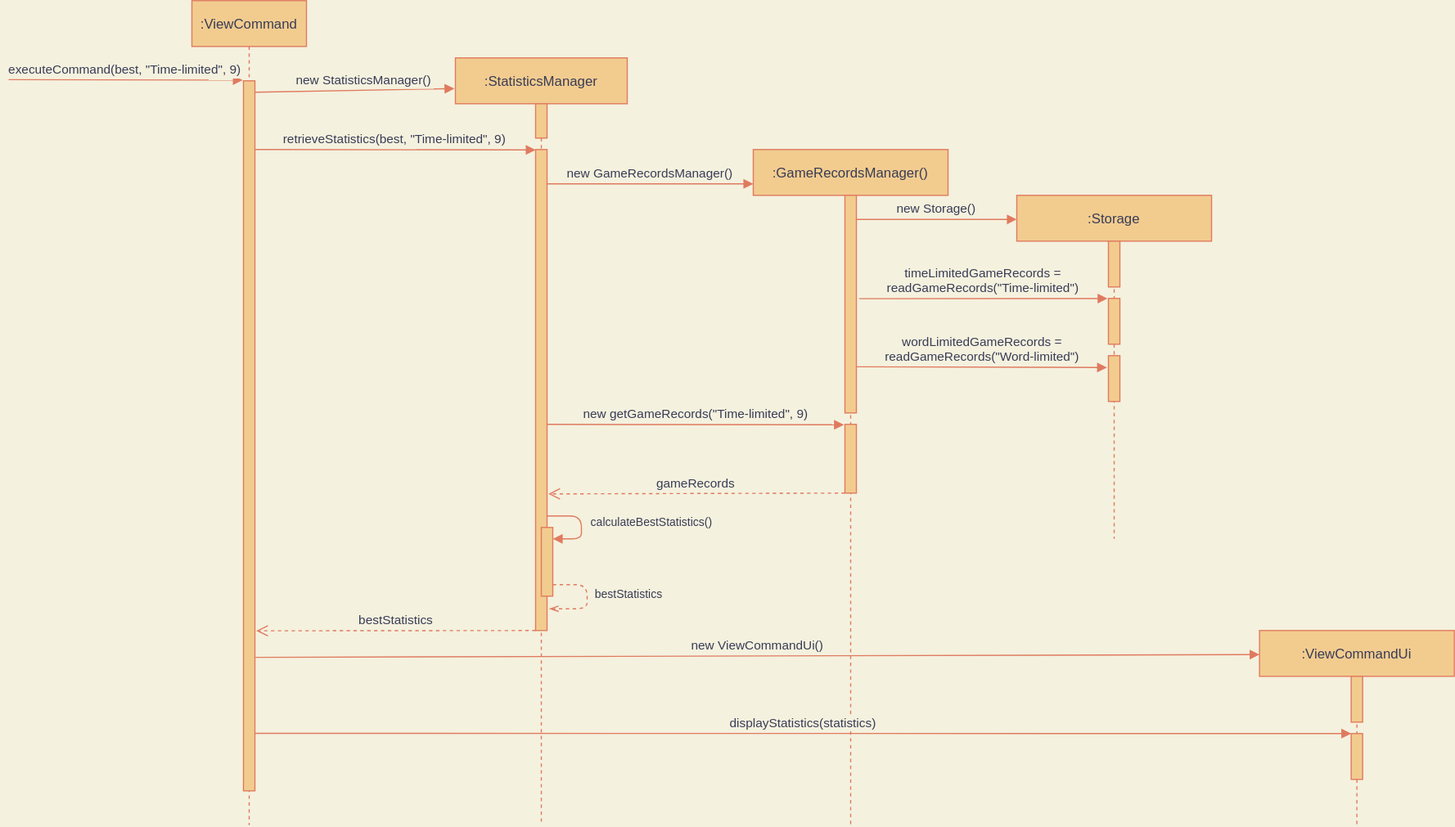
This is docs/uml/ViewStatistics-5.drawio.svg from nus-cs2113-AY2122S1/tp, a draw.io export, as it was before one commit. Source tidied: cells renumbered, new cells last; positions are measured from the earlier drawing's top-left corner, leaving out a move shared by most shapes.
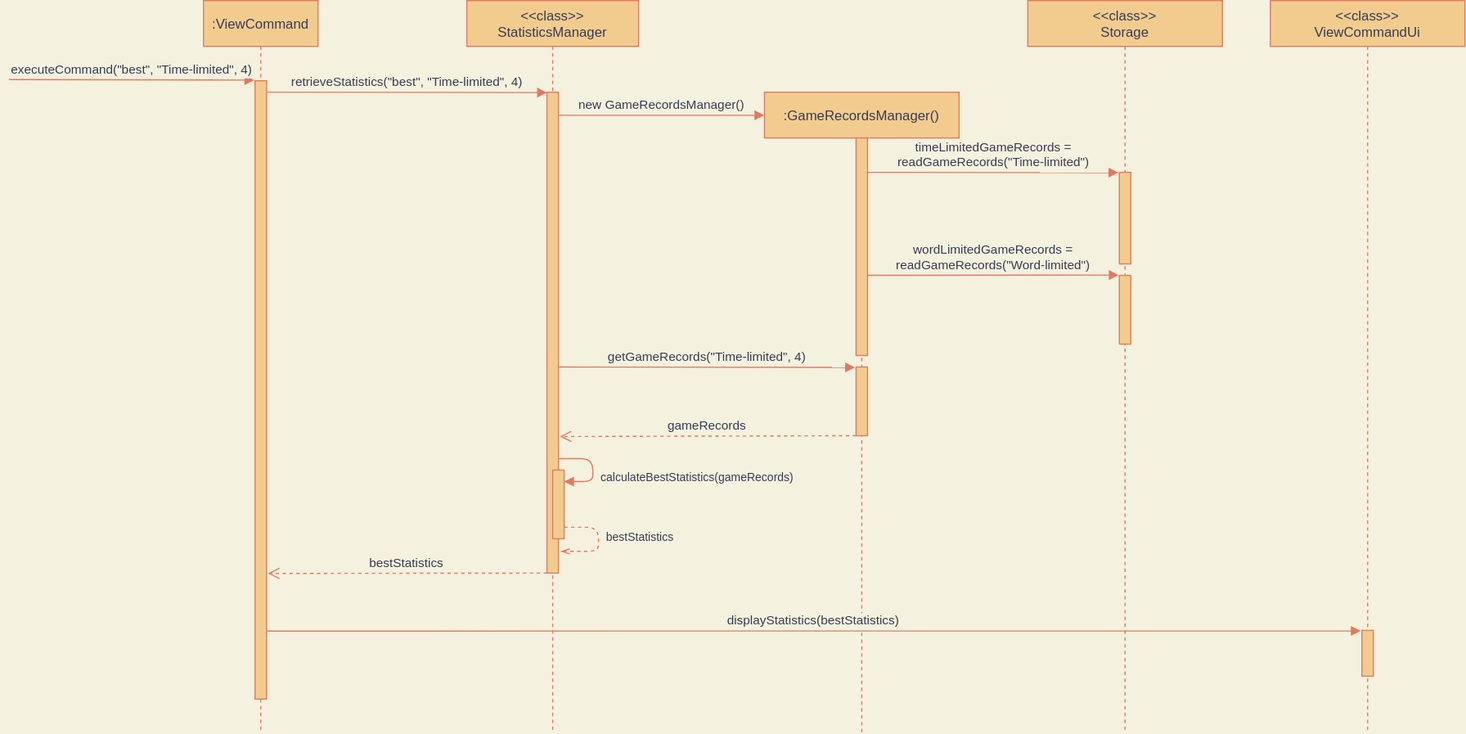
After the commit.

Commit message:
Correct developer guide uml images for view statistics feature

What changed in the source:
```diff
@@ -3,21 +3,18 @@
     <mxCell id="0" />
     <mxCell id="1" parent="0" />
     <mxCell id="2" value=":ViewCommand" style="shape=umlLifeline;perimeter=lifelinePerimeter;rounded=0;shadow=0;strokeWidth=1;fillColor=#F2CC8F;strokeColor=#E07A5F;fontColor=#393C56;" parent="1" vertex="1">
-      <mxGeometry x="160" width="100" height="720" as="geometry" />
+      <mxGeometry x="160" width="100" height="640" as="geometry" />
     </mxCell>
     <mxCell id="3" style="points=[];perimeter=orthogonalPerimeter;rounded=0;shadow=0;strokeWidth=1;fillColor=#F2CC8F;strokeColor=#E07A5F;fontColor=#393C56;" parent="2" vertex="1">
-      <mxGeometry x="45" y="70" width="10" height="620" as="geometry" />
+      <mxGeometry x="45" y="70" width="10" height="540" as="geometry" />
     </mxCell>
-    <mxCell id="4" value=":StatisticsManager" style="shape=umlLifeline;perimeter=lifelinePerimeter;rounded=0;shadow=0;strokeWidth=1;fillColor=#F2CC8F;strokeColor=#E07A5F;fontColor=#393C56;" parent="1" vertex="1">
-      <mxGeometry x="390" y="50" width="150" height="670" as="geometry" />
+    <mxCell id="4" value="&lt;&lt;class&gt;&gt;&#10;StatisticsManager" style="shape=umlLifeline;perimeter=lifelinePerimeter;rounded=0;shadow=0;strokeWidth=1;fillColor=#F2CC8F;strokeColor=#E07A5F;fontColor=#393C56;" parent="1" vertex="1">
+      <mxGeometry x="390" width="150" height="640" as="geometry" />
     </mxCell>
-    <mxCell id="5" style="perimeter=orthogonalPerimeter;rounded=0;shadow=0;strokeWidth=1;fillColor=#F2CC8F;strokeColor=#E07A5F;fontColor=#393C56;" parent="4" vertex="1">
-      <mxGeometry x="70" y="40" width="10" height="30" as="geometry" />
-    </mxCell>
     <mxCell id="6" style="points=[];perimeter=orthogonalPerimeter;rounded=0;shadow=0;strokeWidth=1;fillColor=#F2CC8F;strokeColor=#E07A5F;fontColor=#393C56;" parent="4" vertex="1">
       <mxGeometry x="70" y="80" width="10" height="420" as="geometry" />
     </mxCell>
-    <mxCell id="7" value="retrieveStatistics(best, &quot;Time-limited&quot;, 9)" style="verticalAlign=bottom;endArrow=block;shadow=0;strokeWidth=1;labelBackgroundColor=#F4F1DE;strokeColor=#E07A5F;fontColor=#393C56;" parent="4" edge="1">
+    <mxCell id="7" value="retrieveStatistics(&quot;best&quot;, &quot;Time-limited&quot;, 4)" style="verticalAlign=bottom;endArrow=block;shadow=0;strokeWidth=1;labelBackgroundColor=#F4F1DE;strokeColor=#E07A5F;fontColor=#393C56;" parent="4" edge="1">
       <mxGeometry relative="1" as="geometry">
         <mxPoint x="-174.6" y="80" as="sourcePoint" />
         <mxPoint x="70" y="80.3" as="targetPoint" />
@@ -39,9 +36,9 @@
         </Array>
       </mxGeometry>
     </mxCell>
-    <mxCell id="11" value="&lt;font style=&quot;font-size: 10px&quot;&gt;calculateBestStatistics()&lt;/font&gt;" style="edgeLabel;html=1;align=center;verticalAlign=middle;fontSize=20;fontFamily=Helvetica;fontColor=#393C56;labelBackgroundColor=none;" parent="10" vertex="1">
+    <mxCell id="11" value="&lt;font&gt;&lt;span style=&quot;font-size: 10px&quot;&gt;calculateBestStatistics(&lt;/span&gt;&lt;span style=&quot;background-color: rgb(244 , 241 , 222)&quot;&gt;&lt;font style=&quot;font-size: 10px&quot;&gt;gameRecords&lt;/font&gt;&lt;/span&gt;&lt;span style=&quot;font-size: 10px&quot;&gt;)&lt;/span&gt;&lt;/font&gt;" style="edgeLabel;html=1;align=center;verticalAlign=middle;fontSize=20;fontFamily=Helvetica;fontColor=#393C56;labelBackgroundColor=none;" parent="10" vertex="1">
       <mxGeometry x="-0.03" y="1" relative="1" as="geometry">
-        <mxPoint x="59" y="-7" as="offset" />
+        <mxPoint x="89" y="3" as="offset" />
       </mxGeometry>
     </mxCell>
     <mxCell id="12" style="edgeStyle=orthogonalEdgeStyle;html=1;align=left;spacingLeft=2;endArrow=openThin;rounded=1;sketch=0;hachureGap=4;fontFamily=Helvetica;fontSize=10;fontColor=#393C56;startSize=6;endSize=6;sourcePerimeterSpacing=0;targetPerimeterSpacing=0;strokeColor=#E07A5F;fillColor=#F2CC8F;dashed=1;endFill=0;" parent="4" edge="1">
@@ -65,11 +62,8 @@
         <mxPoint x="-173.8" y="500.3" as="targetPoint" />
       </mxGeometry>
     </mxCell>
-    <mxCell id="15" value="new StatisticsManager()" style="verticalAlign=bottom;endArrow=block;entryX=-0.006;entryY=0.04;shadow=0;strokeWidth=1;labelBackgroundColor=#F4F1DE;strokeColor=#E07A5F;fontColor=#393C56;entryDx=0;entryDy=0;entryPerimeter=0;exitX=1.017;exitY=0.016;exitDx=0;exitDy=0;exitPerimeter=0;" parent="1" edge="1" source="3" target="4">
-      <mxGeometry x="0.09" relative="1" as="geometry" />
-    </mxCell>
     <mxCell id="16" value=":GameRecordsManager()" style="shape=umlLifeline;perimeter=lifelinePerimeter;rounded=0;shadow=0;strokeWidth=1;fillColor=#F2CC8F;strokeColor=#E07A5F;fontColor=#393C56;" parent="1" vertex="1">
-      <mxGeometry x="650" y="130" width="170" height="590" as="geometry" />
+      <mxGeometry x="650" y="80" width="170" height="560" as="geometry" />
     </mxCell>
     <mxCell id="17" style="points=[];perimeter=orthogonalPerimeter;rounded=0;shadow=0;strokeWidth=1;fillColor=#F2CC8F;strokeColor=#E07A5F;fontColor=#393C56;" parent="16" vertex="1">
       <mxGeometry x="80" y="40" width="10" height="190" as="geometry" />
@@ -82,66 +76,43 @@
         <mxPoint x="80" y="300" as="sourcePoint" />
       </mxGeometry>
     </mxCell>
-    <mxCell id="20" value="new GameRecordsManager()" style="verticalAlign=bottom;endArrow=block;shadow=0;strokeWidth=1;labelBackgroundColor=#F4F1DE;strokeColor=#E07A5F;fontColor=#393C56;" parent="1" edge="1">
-      <mxGeometry relative="1" as="geometry">
-        <mxPoint x="470" y="160" as="sourcePoint" />
-        <mxPoint x="650" y="160" as="targetPoint" />
-      </mxGeometry>
+    <mxCell id="20" value="new GameRecordsManager()" style="verticalAlign=bottom;endArrow=block;shadow=0;strokeWidth=1;labelBackgroundColor=#F4F1DE;strokeColor=#E07A5F;fontColor=#393C56;entryX=-0.001;entryY=0.036;entryDx=0;entryDy=0;entryPerimeter=0;exitX=1.033;exitY=0.048;exitDx=0;exitDy=0;exitPerimeter=0;" parent="1" edge="1" source="6" target="16">
+      <mxGeometry relative="1" as="geometry" />
     </mxCell>
-    <mxCell id="21" value=":Storage" style="shape=umlLifeline;perimeter=lifelinePerimeter;rounded=0;shadow=0;strokeWidth=1;fillColor=#F2CC8F;strokeColor=#E07A5F;fontColor=#393C56;" parent="1" vertex="1">
-      <mxGeometry x="880" y="170" width="170" height="300" as="geometry" />
+    <mxCell id="21" value="&lt;&lt;class&gt;&gt;&#10;Storage" style="shape=umlLifeline;perimeter=lifelinePerimeter;rounded=0;shadow=0;strokeWidth=1;fillColor=#F2CC8F;strokeColor=#E07A5F;fontColor=#393C56;" parent="1" vertex="1">
+      <mxGeometry x="880" width="170" height="640" as="geometry" />
     </mxCell>
-    <mxCell id="22" style="perimeter=orthogonalPerimeter;rounded=0;shadow=0;strokeWidth=1;fillColor=#F2CC8F;strokeColor=#E07A5F;fontColor=#393C56;" parent="21" vertex="1">
-      <mxGeometry x="80" y="40" width="10" height="40" as="geometry" />
-    </mxCell>
-    <mxCell id="23" value="new Storage()" style="verticalAlign=bottom;endArrow=block;shadow=0;strokeWidth=1;labelBackgroundColor=#F4F1DE;strokeColor=#E07A5F;fontColor=#393C56;" parent="21" edge="1">
-      <mxGeometry relative="1" as="geometry">
-        <mxPoint x="-140" y="21" as="sourcePoint" />
-        <mxPoint y="21" as="targetPoint" />
-      </mxGeometry>
-    </mxCell>
     <mxCell id="24" style="points=[];perimeter=orthogonalPerimeter;rounded=0;shadow=0;strokeWidth=1;fillColor=#F2CC8F;strokeColor=#E07A5F;fontColor=#393C56;" parent="21" vertex="1">
-      <mxGeometry x="80" y="90" width="10" height="40" as="geometry" />
+      <mxGeometry x="80" y="150" width="10" height="80" as="geometry" />
     </mxCell>
     <mxCell id="25" style="points=[];perimeter=orthogonalPerimeter;rounded=0;shadow=0;strokeWidth=1;fillColor=#F2CC8F;strokeColor=#E07A5F;fontColor=#393C56;" parent="21" vertex="1">
-      <mxGeometry x="80" y="140" width="10" height="40" as="geometry" />
+      <mxGeometry x="80" y="240" width="10" height="60" as="geometry" />
     </mxCell>
-    <mxCell id="26" value="timeLimitedGameRecords = &#10;readGameRecords(&quot;Time-limited&quot;)" style="verticalAlign=bottom;endArrow=block;shadow=0;strokeWidth=1;labelBackgroundColor=#F4F1DE;strokeColor=#E07A5F;fontColor=#393C56;exitX=1.24;exitY=0.475;exitDx=0;exitDy=0;exitPerimeter=0;entryX=-0.084;entryY=0.003;entryDx=0;entryDy=0;entryPerimeter=0;" parent="1" edge="1" source="17" target="24">
+    <mxCell id="26" value="timeLimitedGameRecords = &#10;readGameRecords(&quot;Time-limited&quot;)" style="verticalAlign=bottom;endArrow=block;shadow=0;strokeWidth=1;labelBackgroundColor=#F4F1DE;strokeColor=#E07A5F;fontColor=#393C56;exitX=1.026;exitY=0.158;exitDx=0;exitDy=0;exitPerimeter=0;entryX=-0.084;entryY=0.003;entryDx=0;entryDy=0;entryPerimeter=0;" parent="1" edge="1" source="17" target="24">
       <mxGeometry relative="1" as="geometry" />
     </mxCell>
-    <mxCell id="27" value="wordLimitedGameRecords = &#10;readGameRecords(&quot;Word-limited&quot;)" style="verticalAlign=bottom;endArrow=block;shadow=0;strokeWidth=1;labelBackgroundColor=#F4F1DE;strokeColor=#E07A5F;fontColor=#393C56;exitX=1.045;exitY=0.426;exitDx=0;exitDy=0;exitPerimeter=0;entryX=-0.084;entryY=0.003;entryDx=0;entryDy=0;entryPerimeter=0;" parent="1" edge="1">
+    <mxCell id="27" value="wordLimitedGameRecords = &#10;readGameRecords(&quot;Word-limited&quot;)" style="verticalAlign=bottom;endArrow=block;shadow=0;strokeWidth=1;labelBackgroundColor=#F4F1DE;strokeColor=#E07A5F;fontColor=#393C56;entryX=-0.058;entryY=-0.005;entryDx=0;entryDy=0;entryPerimeter=0;" parent="1" edge="1" target="25">
       <mxGeometry relative="1" as="geometry">
-        <mxPoint x="740" y="319.7" as="sourcePoint" />
-        <mxPoint x="958.7" y="320.3" as="targetPoint" />
+        <mxPoint x="740" y="240" as="sourcePoint" />
       </mxGeometry>
     </mxCell>
-    <mxCell id="28" value="new getGameRecords(&quot;Time-limited&quot;, 9)" style="verticalAlign=bottom;endArrow=block;shadow=0;strokeWidth=1;labelBackgroundColor=#F4F1DE;strokeColor=#E07A5F;fontColor=#393C56;entryX=-0.09;entryY=0.006;entryDx=0;entryDy=0;entryPerimeter=0;" parent="1" edge="1" target="18">
+    <mxCell id="28" value="getGameRecords(&quot;Time-limited&quot;, 4)" style="verticalAlign=bottom;endArrow=block;shadow=0;strokeWidth=1;labelBackgroundColor=#F4F1DE;strokeColor=#E07A5F;fontColor=#393C56;entryX=-0.09;entryY=0.006;entryDx=0;entryDy=0;entryPerimeter=0;" parent="1" edge="1" target="18">
       <mxGeometry relative="1" as="geometry">
-        <mxPoint x="470" y="370" as="sourcePoint" />
+        <mxPoint x="470" y="320" as="sourcePoint" />
       </mxGeometry>
     </mxCell>
-    <mxCell id="29" value=":ViewCommandUi" style="shape=umlLifeline;perimeter=lifelinePerimeter;rounded=0;shadow=0;strokeWidth=1;fillColor=#F2CC8F;strokeColor=#E07A5F;fontColor=#393C56;" parent="1" vertex="1">
-      <mxGeometry x="1091.9" y="550" width="170" height="170" as="geometry" />
+    <mxCell id="29" value="&lt;&lt;class&gt;&gt;&#10;ViewCommandUi" style="shape=umlLifeline;perimeter=lifelinePerimeter;rounded=0;shadow=0;strokeWidth=1;fillColor=#F2CC8F;strokeColor=#E07A5F;fontColor=#393C56;" parent="1" vertex="1">
+      <mxGeometry x="1091.9" width="170" height="640" as="geometry" />
     </mxCell>
-    <mxCell id="30" style="perimeter=orthogonalPerimeter;rounded=0;shadow=0;strokeWidth=1;fillColor=#F2CC8F;strokeColor=#E07A5F;fontColor=#393C56;" parent="29" vertex="1">
-      <mxGeometry x="80" y="40" width="10" height="40" as="geometry" />
-    </mxCell>
-    <mxCell id="31" value="new ViewCommandUi()" style="verticalAlign=bottom;endArrow=block;shadow=0;strokeWidth=1;labelBackgroundColor=#F4F1DE;strokeColor=#E07A5F;fontColor=#393C56;exitX=1.052;exitY=0.812;exitDx=0;exitDy=0;exitPerimeter=0;" parent="29" edge="1" source="3">
-      <mxGeometry relative="1" as="geometry">
-        <mxPoint y="21" as="targetPoint" />
-      </mxGeometry>
-    </mxCell>
     <mxCell id="32" style="points=[];perimeter=orthogonalPerimeter;rounded=0;shadow=0;strokeWidth=1;fillColor=#F2CC8F;strokeColor=#E07A5F;fontColor=#393C56;" parent="29" vertex="1">
-      <mxGeometry x="80" y="90" width="10" height="40" as="geometry" />
+      <mxGeometry x="80" y="550" width="10" height="40" as="geometry" />
     </mxCell>
-    <mxCell id="33" value="displayStatistics(statistics)" style="verticalAlign=bottom;endArrow=block;shadow=0;strokeWidth=1;labelBackgroundColor=#F4F1DE;strokeColor=#E07A5F;fontColor=#393C56;exitX=1.033;exitY=0.919;exitDx=0;exitDy=0;exitPerimeter=0;" parent="1" edge="1" source="3">
-      <mxGeometry relative="1" as="geometry">
-        <mxPoint x="1171.9" y="640" as="targetPoint" />
-      </mxGeometry>
+    <mxCell id="33" value="displayStatistics(bestStatistics)" style="verticalAlign=bottom;endArrow=block;shadow=0;strokeWidth=1;labelBackgroundColor=#F4F1DE;strokeColor=#E07A5F;fontColor=#393C56;entryX=-0.105;entryY=0.013;entryDx=0;entryDy=0;entryPerimeter=0;exitX=1.036;exitY=0.89;exitDx=0;exitDy=0;exitPerimeter=0;" parent="1" edge="1" source="3" target="32">
+      <mxGeometry relative="1" as="geometry" />
     </mxCell>
-    <mxCell id="34" value="executeCommand(best, &quot;Time-limited&quot;, 9)" style="verticalAlign=bottom;endArrow=block;shadow=0;strokeWidth=1;labelBackgroundColor=#F4F1DE;strokeColor=#E07A5F;fontColor=#393C56;entryX=-0.062;entryY=-0.001;entryDx=0;entryDy=0;entryPerimeter=0;" parent="1" edge="1" target="3">
+    <mxCell id="34" value="executeCommand(&quot;best&quot;, &quot;Time-limited&quot;, 4)" style="verticalAlign=bottom;endArrow=block;shadow=0;strokeWidth=1;labelBackgroundColor=#F4F1DE;strokeColor=#E07A5F;fontColor=#393C56;entryX=-0.062;entryY=-0.001;entryDx=0;entryDy=0;entryPerimeter=0;" parent="1" edge="1" target="3">
       <mxGeometry relative="1" as="geometry">
-        <mxPoint y="69" as="sourcePoint" />
+        <mxPoint x="-10" y="69" as="sourcePoint" />
       </mxGeometry>
     </mxCell>
   </root>
```
